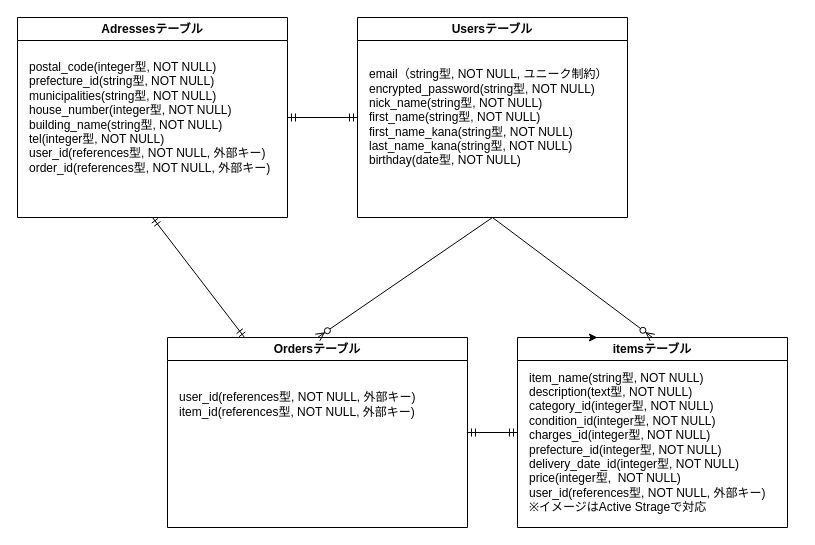
Before: ER.dio in takushiz/furima-39143, a draw.io diagram. Source tidied: cells renumbered, new cells numbered last; positions are measured from the earlier drawing's top-left corner, leaving out a move shared by most shapes. Both pictures are drawn from the tidied source at 100%, with x=0, y=0 at pixel (17, 17).
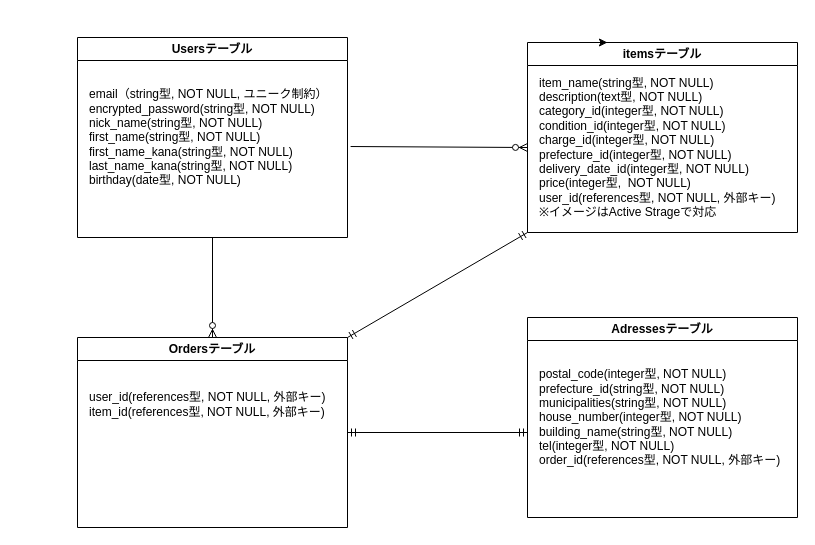
Above is the later version.

Commit message (it also covers changes not shown here):
データベース設計リテイク3

The edit, as a diff of the source:
```diff
@@
 <mxGraphModel>
   <root>
     <mxCell id="0" />
     <mxCell id="1" parent="0" />
     <mxCell id="2" value="Usersテーブル" style="swimlane;whiteSpace=wrap;html=1;" parent="1" vertex="1">
-      <mxGeometry x="340" width="270" height="200" as="geometry" />
+      <mxGeometry x="60" y="20" width="270" height="200" as="geometry" />
     </mxCell>
     <mxCell id="3" value="email（string型, NOT NULL, ユニーク制約）&lt;br&gt;encrypted_password(string型, NOT NULL)&lt;br&gt;nick_name(string型, NOT NULL)&lt;br&gt;first_name(string型, NOT NULL)&lt;br&gt;first_name_kana(string型, NOT NULL)&lt;br&gt;last_name_kana(string型, NOT NULL)&lt;br&gt;birthday(date型, NOT NULL)" style="text;html=1;align=left;verticalAlign=middle;points=[];strokeColor=none;fillColor=none;" parent="2" vertex="1">
       <mxGeometry x="10" y="45" width="260" height="110" as="geometry" />
     </mxCell>
     <mxCell id="4" value="itemsテーブル" style="swimlane;whiteSpace=wrap;html=1;" parent="1" vertex="1">
-      <mxGeometry x="500" y="320" width="270" height="190" as="geometry" />
+      <mxGeometry x="510" y="25" width="270" height="190" as="geometry" />
     </mxCell>
-    <mxCell id="5" value="item_name(string型, NOT NULL)&lt;br&gt;description(text型, NOT NULL)&lt;br&gt;category_id(integer型, NOT NULL)&lt;br&gt;condition_id(integer型, NOT NULL)&lt;br&gt;charges_id(integer型, NOT NULL)&lt;br&gt;prefecture_id(integer型, NOT NULL)&lt;br&gt;delivery_date_id(integer型, NOT NULL)&lt;br&gt;price(integer型,&amp;nbsp; NOT NULL)&lt;br&gt;user_id(references型, NOT NULL, 外部キー)&lt;br&gt;※イメージはActive Strageで対応" style="text;html=1;align=left;verticalAlign=middle;strokeColor=none;fillColor=none;" parent="4" vertex="1">
+    <mxCell id="5" value="item_name(string型, NOT NULL)&lt;br&gt;description(text型, NOT NULL)&lt;br&gt;category_id(integer型, NOT NULL)&lt;br&gt;condition_id(integer型, NOT NULL)&lt;br&gt;charge_id(integer型, NOT NULL)&lt;br&gt;prefecture_id(integer型, NOT NULL)&lt;br&gt;delivery_date_id(integer型, NOT NULL)&lt;br&gt;price(integer型,&amp;nbsp; NOT NULL)&lt;br&gt;user_id(references型, NOT NULL, 外部キー)&lt;br&gt;※イメージはActive Strageで対応" style="text;html=1;align=left;verticalAlign=middle;strokeColor=none;fillColor=none;" parent="4" vertex="1">
       <mxGeometry x="10" y="25" width="260" height="160" as="geometry" />
     </mxCell>
     <mxCell id="6" value="Adressesテーブル" style="swimlane;whiteSpace=wrap;html=1;" parent="1" vertex="1">
-      <mxGeometry width="270" height="200" as="geometry" />
+      <mxGeometry x="510" y="300" width="270" height="200" as="geometry" />
     </mxCell>
-    <mxCell id="7" value="postal_code(integer型, NOT NULL)&lt;br&gt;prefecture_id(string型, NOT NULL)&lt;br&gt;municipalities(string型, NOT NULL)&lt;br&gt;house_number(integer型, NOT NULL)&lt;br&gt;building_name(string型, NOT NULL)&lt;br&gt;tel(integer型, NOT NULL)&lt;br&gt;user_id(references型, NOT NULL, 外部キー)&lt;br&gt;order_id(references型, NOT NULL, 外部キー)" style="text;html=1;align=left;verticalAlign=middle;strokeColor=none;fillColor=none;" parent="6" vertex="1">
-      <mxGeometry x="10" y="35" width="260" height="130" as="geometry" />
+    <mxCell id="7" value="postal_code(integer型, NOT NULL)&lt;br&gt;prefecture_id(string型, NOT NULL)&lt;br&gt;municipalities(string型, NOT NULL)&lt;br&gt;house_number(integer型, NOT NULL)&lt;br&gt;building_name(string型, NOT NULL)&lt;br&gt;tel(integer型, NOT NULL)&lt;br&gt;order_id(references型, NOT NULL, 外部キー)" style="text;html=1;align=left;verticalAlign=middle;strokeColor=none;fillColor=none;" parent="6" vertex="1">
+      <mxGeometry x="10" y="45" width="260" height="110" as="geometry" />
     </mxCell>
     <mxCell id="8" style="edgeStyle=none;html=1;exitX=0.25;exitY=0;exitDx=0;exitDy=0;entryX=0.296;entryY=0;entryDx=0;entryDy=0;entryPerimeter=0;" parent="1" edge="1" source="4" target="4">
       <mxGeometry relative="1" as="geometry" />
     </mxCell>
-    <mxCell id="9" style="fontSize=12;html=1;endArrow=ERzeroToMany;endFill=1;exitX=0.5;exitY=1;exitDx=0;exitDy=0;entryX=0.5;entryY=0;entryDx=0;entryDy=0;" parent="1" edge="1" source="2" target="4">
-      <mxGeometry relative="1" as="geometry" />
+    <mxCell id="9" style="fontSize=12;html=1;endArrow=ERzeroToMany;endFill=1;exitX=1.012;exitY=0.582;exitDx=0;exitDy=0;exitPerimeter=0;" parent="1" edge="1" source="3">
+      <mxGeometry relative="1" as="geometry">
+        <mxPoint x="510" y="130" as="targetPoint" />
+      </mxGeometry>
     </mxCell>
     <mxCell id="10" value="Ordersテーブル" style="swimlane;whiteSpace=wrap;html=1;" parent="1" vertex="1">
-      <mxGeometry x="150" y="320" width="300" height="190" as="geometry" />
+      <mxGeometry x="60" y="320" width="270" height="190" as="geometry" />
     </mxCell>
     <mxCell id="11" value="&lt;br&gt;user_id(references型, NOT NULL, 外部キー)&lt;br&gt;item_id(references型, NOT NULL, 外部キー)" style="text;html=1;align=left;verticalAlign=middle;strokeColor=none;fillColor=none;" parent="10" vertex="1">
       <mxGeometry x="10" y="30" width="260" height="60" as="geometry" />
     </mxCell>
-    <mxCell id="12" style="fontSize=12;html=1;endArrow=ERmandOne;startArrow=ERmandOne;entryX=1;entryY=0.5;entryDx=0;entryDy=0;exitX=0;exitY=0.5;exitDx=0;exitDy=0;" parent="1" edge="1" source="4" target="10">
-      <mxGeometry relative="1" as="geometry" />
+    <mxCell id="12" style="fontSize=12;html=1;endArrow=ERmandOne;startArrow=ERmandOne;entryX=1;entryY=0.5;entryDx=0;entryDy=0;" parent="1" edge="1" target="10">
+      <mxGeometry relative="1" as="geometry">
+        <mxPoint x="510" y="415" as="sourcePoint" />
+      </mxGeometry>
     </mxCell>
     <mxCell id="13" style="fontSize=12;html=1;endArrow=ERzeroToMany;endFill=1;exitX=0.5;exitY=1;exitDx=0;exitDy=0;entryX=0.5;entryY=0;entryDx=0;entryDy=0;" parent="1" edge="1" source="2" target="10">
       <mxGeometry relative="1" as="geometry" />
     </mxCell>
-    <mxCell id="14" style="fontSize=12;html=1;endArrow=ERmandOne;startArrow=ERmandOne;exitX=0;exitY=0.5;exitDx=0;exitDy=0;" parent="1" edge="1" source="2">
-      <mxGeometry relative="1" as="geometry">
-        <mxPoint x="270" y="100" as="targetPoint" />
-      </mxGeometry>
-    </mxCell>
-    <mxCell id="15" style="fontSize=12;html=1;endArrow=ERmandOne;startArrow=ERmandOne;entryX=0.5;entryY=1;entryDx=0;entryDy=0;" parent="1" edge="1" source="10" target="6">
+    <mxCell id="15" style="fontSize=12;html=1;endArrow=ERmandOne;startArrow=ERmandOne;entryX=1;entryY=0;entryDx=0;entryDy=0;exitX=0;exitY=1;exitDx=0;exitDy=0;" parent="1" edge="1" source="4" target="10">
       <mxGeometry relative="1" as="geometry" />
     </mxCell>
   </root>
 </mxGraphModel>
```
